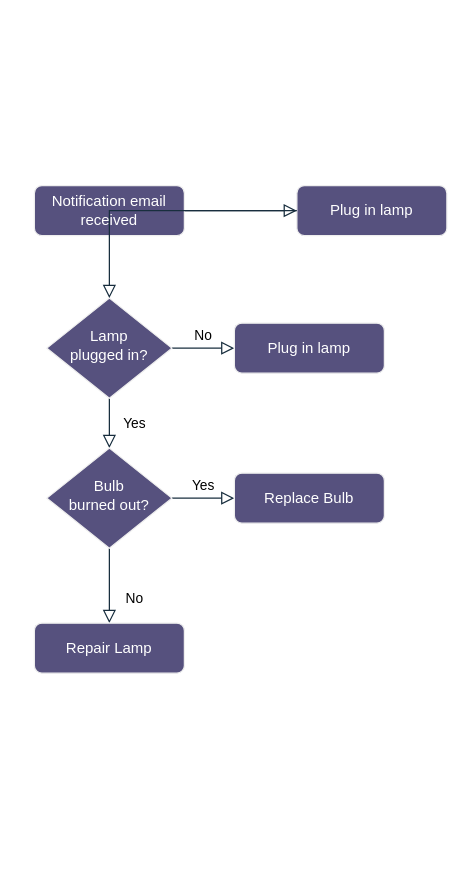
The draw.io diagram ImportCsvData.drawio in MrNastuki/MrNastuki, before the edit. Source tidied: cells renumbered, new cells numbered last; positions are measured from the earlier drawing's top-left corner, leaving out a move shared by most shapes. Both pictures are drawn from the tidied source at 125%, with x=0, y=0 at pixel (34, 185).
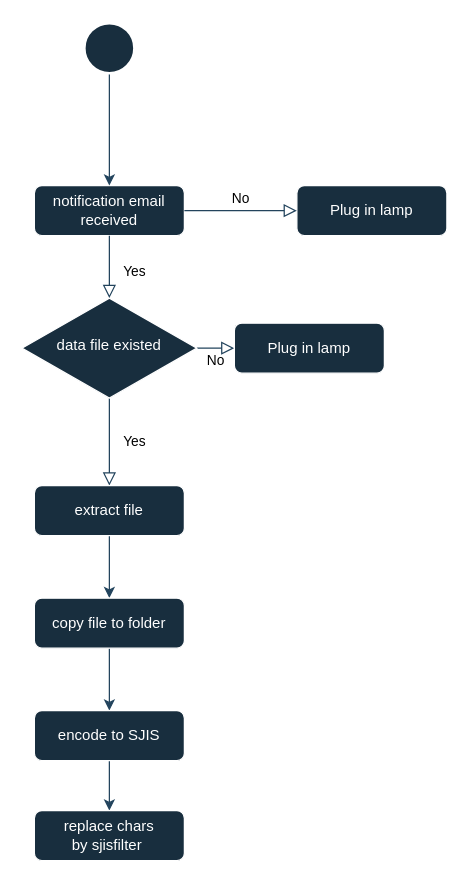
Above is the later version.

Change to the diagram source:
```diff
@@
 <mxGraphModel>
   <root>
     <mxCell id="0" />
     <mxCell id="1" parent="0" />
-    <mxCell id="2" style="rounded=0;html=1;jettySize=auto;fontSize=11;endArrow=block;endFill=0;endSize=8;strokeWidth=1;shadow=0;labelBackgroundColor=none;edgeStyle=orthogonalEdgeStyle;strokeColor=#182E3E;fontColor=default;" parent="1" edge="1" source="3" target="13">
-      <mxGeometry relative="1" as="geometry" />
-    </mxCell>
-    <mxCell id="3" value="Notification email received" style="rounded=1;whiteSpace=wrap;html=1;fontSize=12;glass=0;strokeWidth=1;shadow=0;labelBackgroundColor=none;fillColor=#56517E;strokeColor=#EEEEEE;fontColor=#FFFFFF;" parent="1" vertex="1">
+    <mxCell id="3" value="notification email received" style="rounded=1;whiteSpace=wrap;html=1;fontSize=12;glass=0;strokeWidth=1;shadow=0;labelBackgroundColor=none;fillColor=#182E3E;strokeColor=#FFFFFF;fontColor=#FFFFFF;" parent="1" vertex="1">
       <mxGeometry width="120" height="40" as="geometry" />
     </mxCell>
-    <mxCell id="4" value="Yes" style="rounded=0;html=1;jettySize=auto;fontSize=11;endArrow=block;endFill=0;endSize=8;strokeWidth=1;shadow=0;labelBackgroundColor=none;edgeStyle=orthogonalEdgeStyle;strokeColor=#182E3E;fontColor=default;" parent="1" edge="1" source="6" target="10">
+    <mxCell id="4" value="Yes" style="rounded=0;html=1;jettySize=auto;fontSize=11;endArrow=block;endFill=0;endSize=8;strokeWidth=1;shadow=0;labelBackgroundColor=none;edgeStyle=orthogonalEdgeStyle;strokeColor=#23445D;fontColor=default;entryX=0.5;entryY=0;entryDx=0;entryDy=0;exitX=0.5;exitY=1;exitDx=0;exitDy=0;" parent="1" edge="1" source="6" target="11">
       <mxGeometry y="20" relative="1" as="geometry" />
     </mxCell>
-    <mxCell id="5" value="No" style="edgeStyle=orthogonalEdgeStyle;rounded=0;html=1;jettySize=auto;fontSize=11;endArrow=block;endFill=0;endSize=8;strokeWidth=1;shadow=0;labelBackgroundColor=none;strokeColor=#182E3E;fontColor=default;" parent="1" edge="1" source="6" target="7">
+    <mxCell id="5" value="No" style="edgeStyle=orthogonalEdgeStyle;rounded=0;html=1;jettySize=auto;fontSize=11;endArrow=block;endFill=0;endSize=8;strokeWidth=1;shadow=0;labelBackgroundColor=none;strokeColor=#23445D;fontColor=default;" parent="1" edge="1" source="6" target="7">
       <mxGeometry y="10" relative="1" as="geometry" />
     </mxCell>
-    <mxCell id="6" value="Lamp&lt;br&gt;plugged in?" style="rhombus;whiteSpace=wrap;html=1;shadow=0;fontFamily=Helvetica;fontSize=12;align=center;strokeWidth=1;spacing=6;spacingTop=-4;labelBackgroundColor=none;fillColor=#56517E;strokeColor=#EEEEEE;fontColor=#FFFFFF;" parent="1" vertex="1">
-      <mxGeometry x="10" y="90" width="100" height="80" as="geometry" />
+    <mxCell id="6" value="data file existed" style="rhombus;whiteSpace=wrap;html=1;shadow=0;fontFamily=Helvetica;fontSize=12;align=center;strokeWidth=1;spacing=6;spacingTop=-4;labelBackgroundColor=none;fillColor=#182E3E;strokeColor=#FFFFFF;fontColor=#FFFFFF;" parent="1" vertex="1">
+      <mxGeometry x="-10" y="90" width="140" height="80" as="geometry" />
     </mxCell>
-    <mxCell id="7" value="Plug in lamp" style="rounded=1;whiteSpace=wrap;html=1;fontSize=12;glass=0;strokeWidth=1;shadow=0;labelBackgroundColor=none;fillColor=#56517E;strokeColor=#EEEEEE;fontColor=#FFFFFF;" parent="1" vertex="1">
+    <mxCell id="7" value="Plug in lamp" style="rounded=1;whiteSpace=wrap;html=1;fontSize=12;glass=0;strokeWidth=1;shadow=0;labelBackgroundColor=none;fillColor=#182E3E;strokeColor=#FFFFFF;fontColor=#FFFFFF;" parent="1" vertex="1">
       <mxGeometry x="160" y="110" width="120" height="40" as="geometry" />
     </mxCell>
+    <mxCell id="15" style="edgeStyle=orthogonalEdgeStyle;rounded=0;jettySize=auto;html=1;strokeColor=#23445D;" parent="1" edge="1" source="11" target="19">
+      <mxGeometry relative="1" as="geometry" />
+    </mxCell>
+    <mxCell id="11" value="extract file" style="rounded=1;whiteSpace=wrap;html=1;fontSize=12;glass=0;strokeWidth=1;shadow=0;labelBackgroundColor=none;fillColor=#182E3E;strokeColor=#FFFFFF;fontColor=#FFFFFF;" parent="1" vertex="1">
+      <mxGeometry y="240" width="120" height="40" as="geometry" />
+    </mxCell>
+    <mxCell id="13" value="Plug in lamp" style="rounded=1;whiteSpace=wrap;html=1;fontSize=12;glass=0;strokeWidth=1;shadow=0;labelBackgroundColor=none;fillColor=#182E3E;strokeColor=#FFFFFF;fontColor=#FFFFFF;" parent="1" vertex="1">
+      <mxGeometry x="210" width="120" height="40" as="geometry" />
+    </mxCell>
+    <mxCell id="16" style="edgeStyle=orthogonalEdgeStyle;rounded=0;jettySize=auto;html=1;exitX=0.5;exitY=1;exitDx=0;exitDy=0;exitPerimeter=0;strokeColor=#23445D;entryX=0.5;entryY=0;entryDx=0;entryDy=0;" parent="1" edge="1" source="17" target="3">
+      <mxGeometry relative="1" as="geometry" />
+    </mxCell>
+    <mxCell id="17" style="strokeWidth=2;html=1;shape=mxgraph.flowchart.start_2;whiteSpace=wrap;labelBackgroundColor=none;fillColor=#182E3E;strokeColor=#FFFFFF;fontColor=#FFFFFF;" parent="1" vertex="1">
+      <mxGeometry x="40" y="-130" width="40" height="40" as="geometry" />
+    </mxCell>
+    <mxCell id="18" style="edgeStyle=orthogonalEdgeStyle;rounded=0;jettySize=auto;html=1;strokeColor=#23445D;" parent="1" edge="1" source="19" target="21">
+      <mxGeometry relative="1" as="geometry" />
+    </mxCell>
+    <mxCell id="19" value="copy file to folder" style="rounded=1;whiteSpace=wrap;html=1;fontSize=12;glass=0;strokeWidth=1;shadow=0;labelBackgroundColor=none;fillColor=#182E3E;strokeColor=#FFFFFF;fontColor=#FFFFFF;" parent="1" vertex="1">
+      <mxGeometry y="330" width="120" height="40" as="geometry" />
+    </mxCell>
-    <mxCell id="8" value="No" style="rounded=0;html=1;jettySize=auto;fontSize=11;endArrow=block;endFill=0;endSize=8;strokeWidth=1;shadow=0;labelBackgroundColor=none;edgeStyle=orthogonalEdgeStyle;strokeColor=#182E3E;fontColor=default;" parent="1" edge="1" source="10" target="11">
-      <mxGeometry x="0.33" y="20" relative="1" as="geometry" />
+    <mxCell id="8" value="No" style="edgeStyle=orthogonalEdgeStyle;rounded=0;html=1;jettySize=auto;fontSize=11;endArrow=block;endFill=0;endSize=8;strokeWidth=1;shadow=0;labelBackgroundColor=none;strokeColor=#23445D;fontColor=default;exitX=1;exitY=0.5;exitDx=0;exitDy=0;entryX=0;entryY=0.5;entryDx=0;entryDy=0;" parent="1" edge="1" source="3" target="13">
+      <mxGeometry y="10" relative="1" as="geometry" />
     </mxCell>
-    <mxCell id="9" value="Yes" style="edgeStyle=orthogonalEdgeStyle;rounded=0;html=1;jettySize=auto;fontSize=11;endArrow=block;endFill=0;endSize=8;strokeWidth=1;shadow=0;labelBackgroundColor=none;strokeColor=#182E3E;fontColor=default;" parent="1" edge="1" source="10" target="12">
-      <mxGeometry y="10" relative="1" as="geometry" />
+    <mxCell id="9" value="Yes" style="edgeStyle=orthogonalEdgeStyle;rounded=0;html=1;jettySize=auto;fontSize=11;endArrow=block;endFill=0;endSize=8;strokeWidth=1;shadow=0;labelBackgroundColor=none;strokeColor=#23445D;fontColor=default;exitX=0.5;exitY=1;exitDx=0;exitDy=0;entryX=0.5;entryY=0;entryDx=0;entryDy=0;" parent="1" edge="1" source="3" target="6">
+      <mxGeometry x="0.2" y="20" relative="1" as="geometry">
+        <mxPoint y="-1" as="offset" />
+      </mxGeometry>
     </mxCell>
-    <mxCell id="10" value="Bulb&lt;br&gt;burned out?" style="rhombus;whiteSpace=wrap;html=1;shadow=0;fontFamily=Helvetica;fontSize=12;align=center;strokeWidth=1;spacing=6;spacingTop=-4;labelBackgroundColor=none;fillColor=#56517E;strokeColor=#EEEEEE;fontColor=#FFFFFF;" parent="1" vertex="1">
-      <mxGeometry x="10" y="210" width="100" height="80" as="geometry" />
-    </mxCell>
-    <mxCell id="11" value="Repair Lamp" style="rounded=1;whiteSpace=wrap;html=1;fontSize=12;glass=0;strokeWidth=1;shadow=0;labelBackgroundColor=none;fillColor=#56517E;strokeColor=#EEEEEE;fontColor=#FFFFFF;" parent="1" vertex="1">
-      <mxGeometry y="350" width="120" height="40" as="geometry" />
-    </mxCell>
-    <mxCell id="12" value="Replace Bulb" style="rounded=1;whiteSpace=wrap;html=1;fontSize=12;glass=0;strokeWidth=1;shadow=0;labelBackgroundColor=none;fillColor=#56517E;strokeColor=#EEEEEE;fontColor=#FFFFFF;" parent="1" vertex="1">
-      <mxGeometry x="160" y="230" width="120" height="40" as="geometry" />
-    </mxCell>
-    <mxCell id="13" value="Plug in lamp" style="rounded=1;whiteSpace=wrap;html=1;fontSize=12;glass=0;strokeWidth=1;shadow=0;labelBackgroundColor=none;fillColor=#56517E;strokeColor=#EEEEEE;fontColor=#FFFFFF;" parent="1" vertex="1">
-      <mxGeometry x="210" width="120" height="40" as="geometry" />
-    </mxCell>
-    <mxCell id="14" style="rounded=0;html=1;jettySize=auto;fontSize=11;endArrow=block;endFill=0;endSize=8;strokeWidth=1;shadow=0;labelBackgroundColor=none;edgeStyle=orthogonalEdgeStyle;strokeColor=#182E3E;fontColor=default;entryX=0.5;entryY=0;entryDx=0;entryDy=0;" parent="1" edge="1" source="13" target="6">
-      <mxGeometry relative="1" as="geometry" />
-    </mxCell>
+    <mxCell id="20" style="edgeStyle=orthogonalEdgeStyle;rounded=0;jettySize=auto;html=1;strokeColor=#23445D;" parent="1" edge="1" source="21" target="22">
+      <mxGeometry relative="1" as="geometry" />
+    </mxCell>
+    <mxCell id="21" value="encode to SJIS" style="rounded=1;whiteSpace=wrap;html=1;fontSize=12;glass=0;strokeWidth=1;shadow=0;labelBackgroundColor=none;fillColor=#182E3E;strokeColor=#FFFFFF;fontColor=#FFFFFF;" parent="1" vertex="1">
+      <mxGeometry y="420" width="120" height="40" as="geometry" />
+    </mxCell>
+    <mxCell id="22" value="replace chars by&amp;nbsp;sjisfilter&amp;nbsp;" style="rounded=1;whiteSpace=wrap;html=1;fontSize=12;glass=0;strokeWidth=1;shadow=0;labelBackgroundColor=none;fillColor=#182E3E;strokeColor=#FFFFFF;fontColor=#FFFFFF;" parent="1" vertex="1">
+      <mxGeometry y="500" width="120" height="40" as="geometry" />
+    </mxCell>
   </root>
 </mxGraphModel>
```
